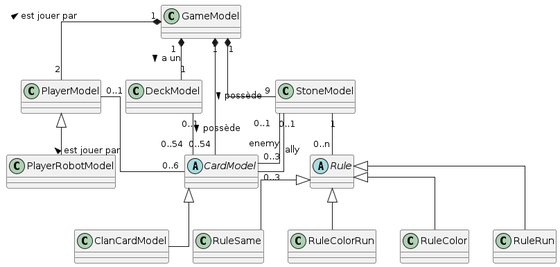
Before: docs/classes.png, a diagram exported from PlantUML (Dashstrom/SchottenTotten). Source of this version:
```plantuml
@startuml classes

skinparam linetype polyline
skinparam linetype ortho

class GameModel {
}
class DeckModel {
}
class PlayerModel {
}
class StoneModel {
}
class PlayerRobotModel {
}
abstract class CardModel {
}
abstract class Rule {
}
class RuleSame {
}
class RuleColorRun {
}
class RuleColor {
}
class RuleRun {
}
class ClanCardModel {
}

GameModel "1" *-- "1" DeckModel : a un >
DeckModel "0..1" -- "0..54" CardModel : possède >
GameModel "1" *-- "0..54" CardModel : possède >
GameModel "1" *-- "2" PlayerModel : < est jouer par
GameModel "1" *-- "9" StoneModel
PlayerModel "0..1" -- "0..6" CardModel : < est jouer par
StoneModel "0..1" -- "0..3" CardModel : enemy
StoneModel "0..1" -- "0..3" CardModel : ally
StoneModel "1" -- "0..n" Rule

Rule <|-- RuleSame
Rule <|-- RuleColorRun
Rule <|-- RuleColor
Rule <|-- RuleRun
PlayerModel <|-- PlayerRobotModel
CardModel <|-- ClanCardModel

@enduml
```
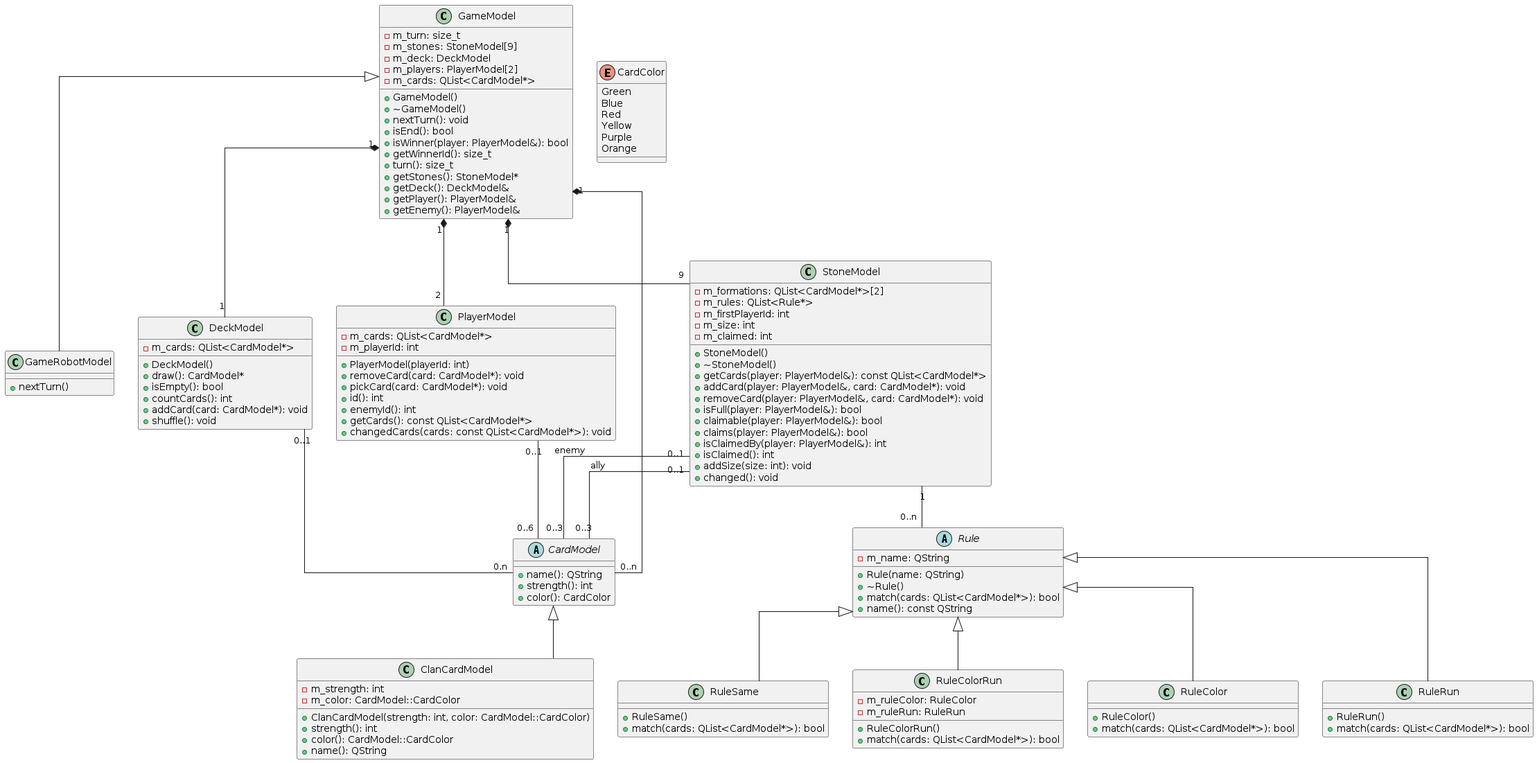
Above is the later version.

Change to the diagram source:
```diff
@@ -4,36 +4,127 @@
 skinparam linetype ortho
 
 class GameModel {
+  - m_turn: size_t
+  - m_stones: StoneModel[9]
+  - m_deck: DeckModel
+  - m_players: PlayerModel[2]
+  - m_cards: QList<CardModel*>
+
+  + GameModel()
+  + ~GameModel()
+  + nextTurn(): void
+  + isEnd(): bool
+  + isWinner(player: PlayerModel&): bool
+  + getWinnerId(): size_t
+  + turn(): size_t
+  + getStones(): StoneModel*
+  + getDeck(): DeckModel&
+  + getPlayer(): PlayerModel&
+  + getEnemy(): PlayerModel&
+}
+
+class GameRobotModel {
+  +nextTurn()
 }
 class DeckModel {
+  - m_cards: QList<CardModel*>
+
+  + DeckModel()
+  + draw(): CardModel*
+  + isEmpty(): bool
+  + countCards(): int
+  + addCard(card: CardModel*): void
+  + shuffle(): void
 }
 class PlayerModel {
+  - m_cards: QList<CardModel*>
+  - m_playerId: int
+
+  + PlayerModel(playerId: int)
+  + removeCard(card: CardModel*): void
+  + pickCard(card: CardModel*): void
+  + id(): int
+  + enemyId(): int
+  + getCards(): const QList<CardModel*>
+  + changedCards(cards: const QList<CardModel*>): void
 }
 class StoneModel {
+  - m_formations: QList<CardModel*>[2]
+  - m_rules: QList<Rule*>
+  - m_firstPlayerId: int
+  - m_size: int
+  - m_claimed: int
+
+  + StoneModel()
+  + ~StoneModel()
+  + getCards(player: PlayerModel&): const QList<CardModel*>
+  + addCard(player: PlayerModel&, card: CardModel*): void
+  + removeCard(player: PlayerModel&, card: CardModel*): void
+  + isFull(player: PlayerModel&): bool
+  + claimable(player: PlayerModel&): bool
+  + claims(player: PlayerModel&): bool
+  + isClaimedBy(player: PlayerModel&): int
+  + isClaimed(): int
+  + addSize(size: int): void
+  + changed(): void
 }
-class PlayerRobotModel {
+enum CardColor {
+  Green
+  Blue
+  Red
+  Yellow
+  Purple
+  Orange
 }
+
 abstract class CardModel {
+  +name(): QString
+  +strength(): int
+  +color(): CardColor
 }
 abstract class Rule {
+  - m_name: QString
+
+  + Rule(name: QString)
+  + ~Rule()
+  + match(cards: QList<CardModel*>): bool
+  + name(): const QString
 }
 class RuleSame {
+  + RuleSame()
+  + match(cards: QList<CardModel*>): bool
 }
 class RuleColorRun {
+  - m_ruleColor: RuleColor
+  - m_ruleRun: RuleRun
+
+  + RuleColorRun()
+  + match(cards: QList<CardModel*>): bool
 }
 class RuleColor {
+  + RuleColor()
+  + match(cards: QList<CardModel*>): bool
 }
 class RuleRun {
+  + RuleRun()
+  + match(cards: QList<CardModel*>): bool
 }
 class ClanCardModel {
+  - m_strength: int
+  - m_color: CardModel::CardColor
+
+  + ClanCardModel(strength: int, color: CardModel::CardColor)
+  + strength(): int
+  + color(): CardModel::CardColor
+  + name(): QString
 }
 
-GameModel "1" *-- "1" DeckModel : a un >
-DeckModel "0..1" -- "0..54" CardModel : possède >
-GameModel "1" *-- "0..54" CardModel : possède >
-GameModel "1" *-- "2" PlayerModel : < est jouer par
+GameModel "1" *-- "1" DeckModel
+DeckModel "0..1" -- "0.n" CardModel
+GameModel "1" *-- "0..n" CardModel
+GameModel "1" *-- "2" PlayerModel
 GameModel "1" *-- "9" StoneModel
-PlayerModel "0..1" -- "0..6" CardModel : < est jouer par
+PlayerModel "0..1" -- "0..6" CardModel
 StoneModel "0..1" -- "0..3" CardModel : enemy
 StoneModel "0..1" -- "0..3" CardModel : ally
 StoneModel "1" -- "0..n" Rule
@@ -42,7 +133,7 @@
 Rule <|-- RuleColorRun
 Rule <|-- RuleColor
 Rule <|-- RuleRun
-PlayerModel <|-- PlayerRobotModel
 CardModel <|-- ClanCardModel
+GameModel <|-- GameRobotModel
 
 @enduml
```
